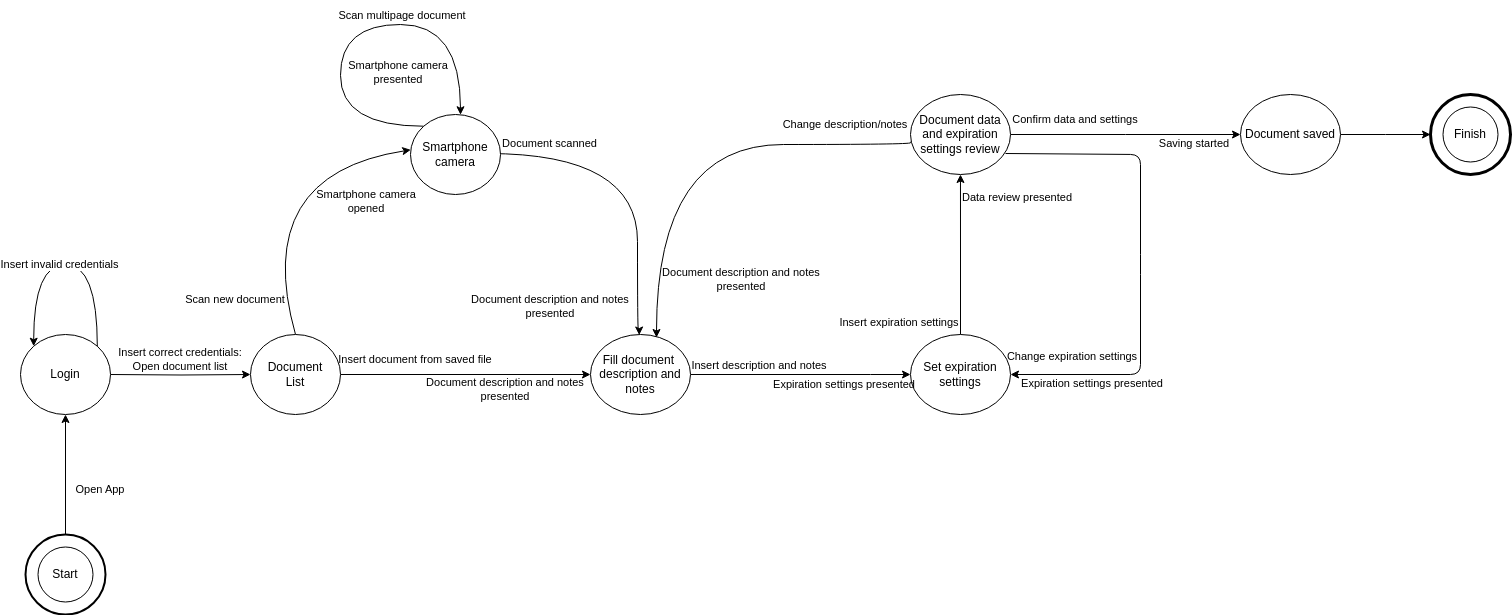
Earlier version of the draw.io export Draw.io diagrams/document_add_STN.drawio.png (antoniociprani/human_computer_interaction). Source tidied: cells renumbered, new cells last; positions are measured from the earlier drawing's top-left corner, leaving out a move shared by most shapes.
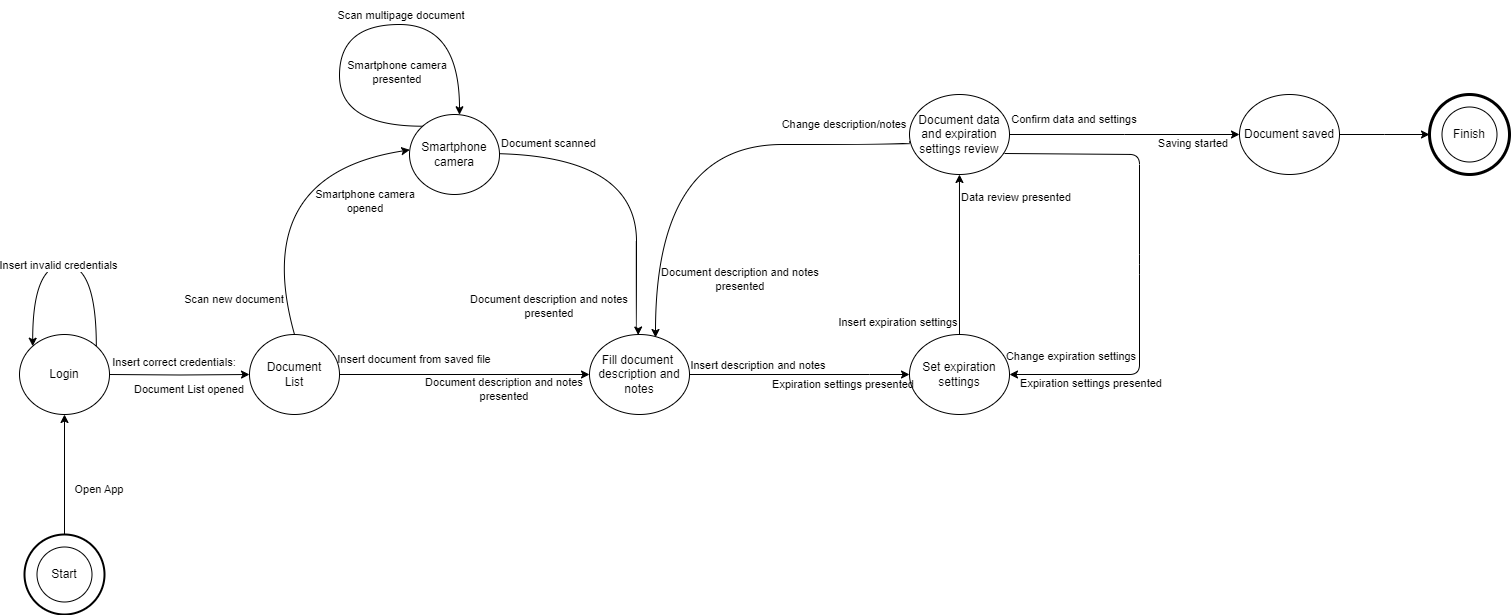
After the change.

What changed in the source:
```diff
@@ -18,9 +18,6 @@
     <mxCell id="5" value="Open App" style="text;html=1;align=center;verticalAlign=middle;whiteSpace=wrap;rounded=0;fontSize=11;" parent="1" vertex="1">
       <mxGeometry x="50" y="474" width="60" height="30" as="geometry" />
     </mxCell>
-    <mxCell id="6" value="Insert correct credentials: Open document list" style="text;html=1;align=center;verticalAlign=middle;whiteSpace=wrap;rounded=0;fontSize=11;" parent="1" vertex="1">
-      <mxGeometry x="90" y="344" width="140" height="30" as="geometry" />
-    </mxCell>
     <mxCell id="7" style="edgeStyle=orthogonalEdgeStyle;rounded=0;jettySize=auto;html=1;" parent="1" edge="1" source="8">
       <mxGeometry relative="1" as="geometry">
         <mxPoint x="890" y="374" as="targetPoint" />
@@ -196,5 +193,11 @@
         <mxPoint y="-1" as="offset" />
       </mxGeometry>
     </mxCell>
+    <mxCell id="49" value="Insert correct credentials:" style="text;html=1;align=center;verticalAlign=middle;whiteSpace=wrap;rounded=0;fontSize=11;" parent="1" vertex="1">
+      <mxGeometry x="85" y="346.5" width="140" height="30" as="geometry" />
+    </mxCell>
+    <mxCell id="50" value="Document List opened" style="text;html=1;align=center;verticalAlign=middle;whiteSpace=wrap;rounded=0;fontSize=11;" parent="1" vertex="1">
+      <mxGeometry x="100" y="374" width="140" height="30" as="geometry" />
+    </mxCell>
   </root>
 </mxGraphModel>
```
